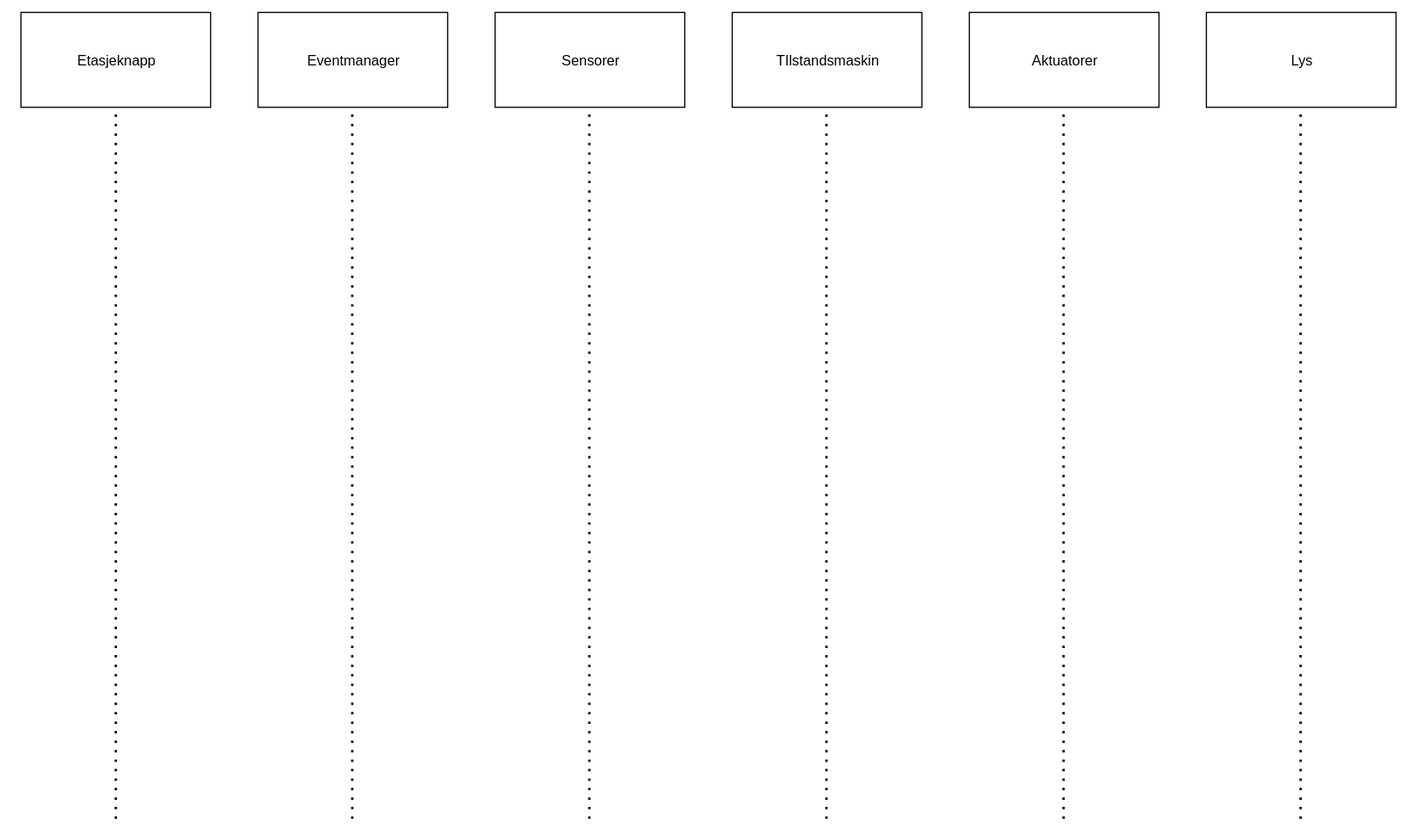
Smevold/TTK4235 keeps this draw.io diagram as Heislab/TTK4235_Heislab/Diagram/Sekvensdiagram.svg. Above is the earlier version. Source tidied: cells renumbered, new cells last; positions are measured from the earlier drawing's top-left corner, leaving out a move shared by most shapes. Source of this version:
```xml
<mxGraphModel>
  <root>
    <mxCell id="0" />
    <mxCell id="1" parent="0" />
    <mxCell id="2" value="TIlstandsmaskin" style="rounded=0;whiteSpace=wrap;html=1;" parent="1" vertex="1">
      <mxGeometry x="600" width="160" height="80" as="geometry" />
    </mxCell>
    <mxCell id="3" value="Eventmanager" style="rounded=0;whiteSpace=wrap;html=1;" parent="1" vertex="1">
      <mxGeometry x="200" width="160" height="80" as="geometry" />
    </mxCell>
    <mxCell id="4" value="Aktuatorer" style="rounded=0;whiteSpace=wrap;html=1;" parent="1" vertex="1">
      <mxGeometry x="800" width="160" height="80" as="geometry" />
    </mxCell>
    <mxCell id="5" value="Sensorer" style="rounded=0;whiteSpace=wrap;html=1;" parent="1" vertex="1">
      <mxGeometry x="400" width="160" height="80" as="geometry" />
    </mxCell>
    <mxCell id="6" value="Etasjeknapp" style="rounded=0;whiteSpace=wrap;html=1;" parent="1" vertex="1">
      <mxGeometry width="160" height="80" as="geometry" />
    </mxCell>
    <mxCell id="7" value="Lys" style="rounded=0;whiteSpace=wrap;html=1;" parent="1" vertex="1">
      <mxGeometry x="1000" width="160" height="80" as="geometry" />
    </mxCell>
    <mxCell id="8" style="endArrow=none;dashed=1;html=1;dashPattern=1 3;strokeWidth=2;entryX=0.5;entryY=1;entryDx=0;entryDy=0;" parent="1" edge="1" target="6">
      <mxGeometry relative="1" as="geometry">
        <mxPoint x="80" y="680" as="sourcePoint" />
      </mxGeometry>
    </mxCell>
    <mxCell id="9" style="endArrow=none;dashed=1;html=1;dashPattern=1 3;strokeWidth=2;entryX=0.5;entryY=1;entryDx=0;entryDy=0;" parent="1" edge="1">
      <mxGeometry relative="1" as="geometry">
        <mxPoint x="279.5" y="680" as="sourcePoint" />
        <mxPoint x="279.5" y="80" as="targetPoint" />
      </mxGeometry>
    </mxCell>
    <mxCell id="10" style="endArrow=none;dashed=1;html=1;dashPattern=1 3;strokeWidth=2;entryX=0.5;entryY=1;entryDx=0;entryDy=0;" parent="1" edge="1">
      <mxGeometry relative="1" as="geometry">
        <mxPoint x="479.5" y="680" as="sourcePoint" />
        <mxPoint x="479.5" y="80" as="targetPoint" />
      </mxGeometry>
    </mxCell>
    <mxCell id="11" style="endArrow=none;dashed=1;html=1;dashPattern=1 3;strokeWidth=2;entryX=0.5;entryY=1;entryDx=0;entryDy=0;" parent="1" edge="1">
      <mxGeometry relative="1" as="geometry">
        <mxPoint x="679.5" y="680" as="sourcePoint" />
        <mxPoint x="679.5" y="80" as="targetPoint" />
      </mxGeometry>
    </mxCell>
    <mxCell id="12" style="endArrow=none;dashed=1;html=1;dashPattern=1 3;strokeWidth=2;entryX=0.5;entryY=1;entryDx=0;entryDy=0;" parent="1" edge="1">
      <mxGeometry relative="1" as="geometry">
        <mxPoint x="879.5" y="680" as="sourcePoint" />
        <mxPoint x="879.5" y="80" as="targetPoint" />
      </mxGeometry>
    </mxCell>
    <mxCell id="13" style="endArrow=none;dashed=1;html=1;dashPattern=1 3;strokeWidth=2;entryX=0.5;entryY=1;entryDx=0;entryDy=0;" parent="1" edge="1">
      <mxGeometry relative="1" as="geometry">
        <mxPoint x="1079.5" y="680" as="sourcePoint" />
        <mxPoint x="1079.5" y="80" as="targetPoint" />
      </mxGeometry>
    </mxCell>
  </root>
</mxGraphModel>
```
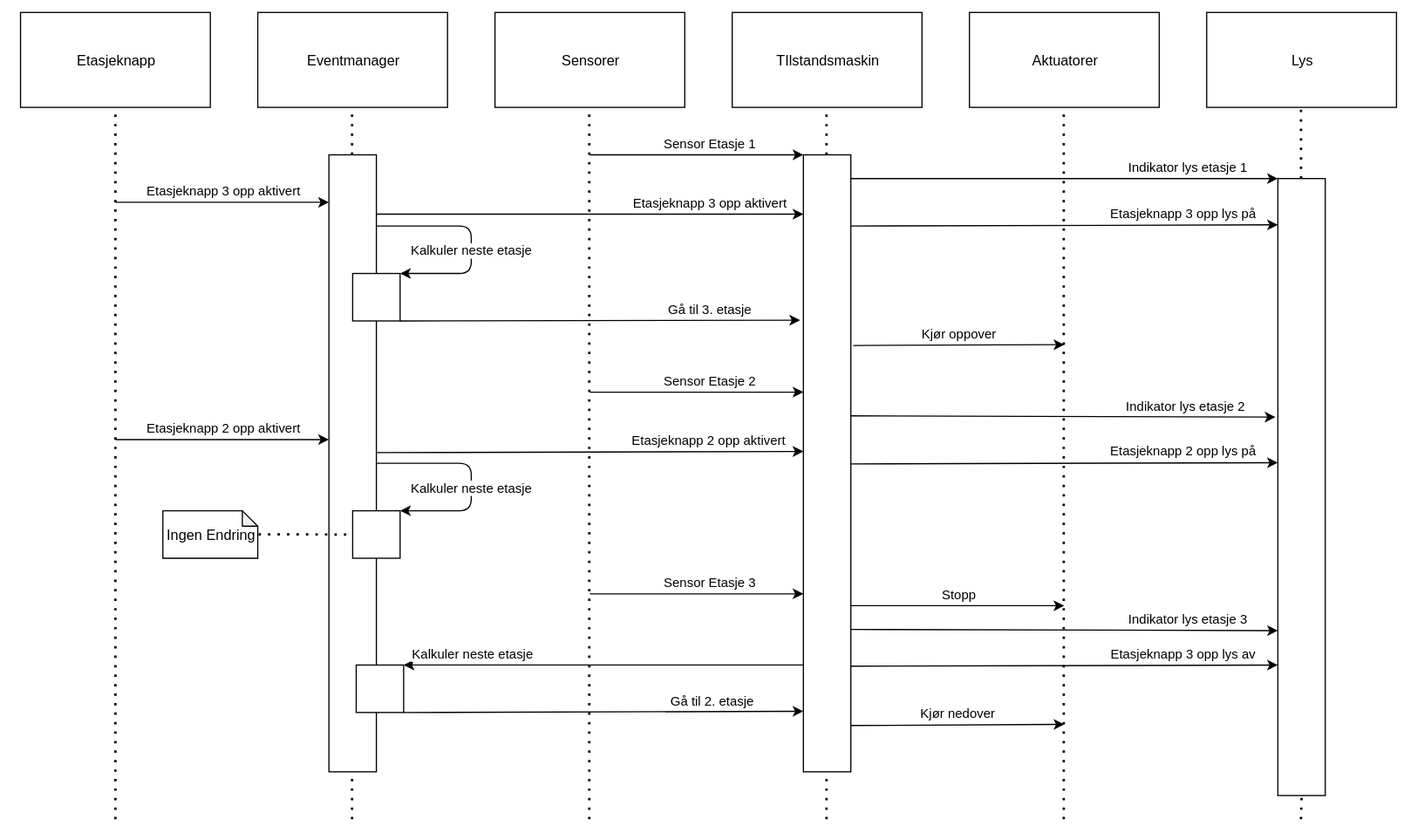
The same diagram one commit later.

Diff of the diagram source:
```diff
@@ -49,11 +49,223 @@
         <mxPoint x="879.5" y="80" as="targetPoint" />
       </mxGeometry>
     </mxCell>
-    <mxCell id="13" style="endArrow=none;dashed=1;html=1;dashPattern=1 3;strokeWidth=2;entryX=0.5;entryY=1;entryDx=0;entryDy=0;" parent="1" edge="1">
+    <mxCell id="13" style="endArrow=none;dashed=1;html=1;dashPattern=1 3;strokeWidth=2;entryX=0.5;entryY=1;entryDx=0;entryDy=0;" parent="1" edge="1" source="28">
       <mxGeometry relative="1" as="geometry">
-        <mxPoint x="1079.5" y="680" as="sourcePoint" />
         <mxPoint x="1079.5" y="80" as="targetPoint" />
       </mxGeometry>
     </mxCell>
+    <mxCell id="14" style="rounded=0;whiteSpace=wrap;html=1;" parent="1" vertex="1">
+      <mxGeometry x="260" y="120" width="40" height="520" as="geometry" />
+    </mxCell>
+    <mxCell id="15" value="Etasjeknapp 3 opp aktivert" style="endArrow=classic;html=1;entryX=0;entryY=0;entryDx=0;entryDy=0;" parent="1" edge="1">
+      <mxGeometry y="10" relative="1" as="geometry">
+        <mxPoint x="80" y="160" as="sourcePoint" />
+        <mxPoint x="260" y="160" as="targetPoint" />
+      </mxGeometry>
+    </mxCell>
+    <mxCell id="16" value="Sensor Etasje 1" style="endArrow=classic;html=1;entryX=0;entryY=0;entryDx=0;entryDy=0;" parent="1" edge="1">
+      <mxGeometry x="0.11" y="10" relative="1" as="geometry">
+        <mxPoint x="480" y="120" as="sourcePoint" />
+        <mxPoint x="660" y="120" as="targetPoint" />
+      </mxGeometry>
+    </mxCell>
+    <mxCell id="17" style="rounded=0;whiteSpace=wrap;html=1;" parent="1" vertex="1">
+      <mxGeometry x="660" y="120" width="40" height="520" as="geometry" />
+    </mxCell>
+    <mxCell id="18" style="rounded=0;whiteSpace=wrap;html=1;" parent="1" vertex="1">
+      <mxGeometry x="280" y="220" width="40" height="40" as="geometry" />
+    </mxCell>
+    <mxCell id="19" style="endArrow=classic;html=1;entryX=1;entryY=0;entryDx=0;entryDy=0;" parent="1" edge="1" target="18">
+      <mxGeometry relative="1" as="geometry">
+        <mxPoint x="300" y="180" as="sourcePoint" />
+        <Array as="points">
+          <mxPoint x="380" y="180" />
+          <mxPoint x="380" y="220" />
+        </Array>
+      </mxGeometry>
+    </mxCell>
+    <mxCell id="20" value="Kalkuler neste etasje" style="edgeLabel;html=1;align=center;verticalAlign=middle;" parent="19" vertex="1">
+      <mxGeometry x="0.19" y="-1" relative="1" as="geometry">
+        <mxPoint y="-7" as="offset" />
+      </mxGeometry>
+    </mxCell>
+    <mxCell id="21" style="endArrow=classic;html=1;exitX=1;exitY=1;exitDx=0;exitDy=0;entryX=-0.07;entryY=0.268;entryDx=0;entryDy=0;entryPerimeter=0;" parent="1" edge="1" source="18" target="17">
+      <mxGeometry relative="1" as="geometry" />
+    </mxCell>
+    <mxCell id="22" value="Gå til 3. etasje" style="edgeLabel;html=1;align=center;verticalAlign=middle;" parent="21" vertex="1">
+      <mxGeometry x="-0.49" y="4" relative="1" as="geometry">
+        <mxPoint x="174" y="-6" as="offset" />
+      </mxGeometry>
+    </mxCell>
+    <mxCell id="23" style="endArrow=classic;html=1;exitX=1.05;exitY=0.309;exitDx=0;exitDy=0;exitPerimeter=0;" parent="1" edge="1" source="17">
+      <mxGeometry relative="1" as="geometry">
+        <mxPoint x="880" y="280" as="targetPoint" />
+      </mxGeometry>
+    </mxCell>
+    <mxCell id="24" value="Kjør oppover" style="edgeLabel;html=1;align=center;verticalAlign=middle;" parent="23" vertex="1">
+      <mxGeometry y="1" relative="1" as="geometry">
+        <mxPoint y="-9" as="offset" />
+      </mxGeometry>
+    </mxCell>
+    <mxCell id="25" style="endArrow=classic;html=1;" parent="1" edge="1">
+      <mxGeometry relative="1" as="geometry">
+        <mxPoint x="700" y="140" as="sourcePoint" />
+        <mxPoint x="1060" y="140" as="targetPoint" />
+      </mxGeometry>
+    </mxCell>
+    <mxCell id="26" value="Indikator lys etasje 1" style="edgeLabel;html=1;align=center;verticalAlign=middle;" parent="25" vertex="1">
+      <mxGeometry x="0.66" y="2" relative="1" as="geometry">
+        <mxPoint x="-16" y="-8" as="offset" />
+      </mxGeometry>
+    </mxCell>
+    <mxCell id="27" style="endArrow=none;dashed=1;html=1;dashPattern=1 3;strokeWidth=2;entryX=0.5;entryY=1;entryDx=0;entryDy=0;" parent="1" edge="1" target="28">
+      <mxGeometry relative="1" as="geometry">
+        <mxPoint x="1079.5" y="680" as="sourcePoint" />
+      </mxGeometry>
+    </mxCell>
+    <mxCell id="28" style="rounded=0;whiteSpace=wrap;html=1;" parent="1" vertex="1">
+      <mxGeometry x="1060" y="140" width="40" height="520" as="geometry" />
+    </mxCell>
+    <mxCell id="29" value="Etasjeknapp 3 opp aktivert" style="endArrow=classic;html=1;" parent="1" edge="1">
+      <mxGeometry x="0.56" y="10" relative="1" as="geometry">
+        <mxPoint x="300" y="170" as="sourcePoint" />
+        <mxPoint x="660" y="170" as="targetPoint" />
+      </mxGeometry>
+    </mxCell>
+    <mxCell id="30" value="Etasjeknapp 3 opp lys på" style="endArrow=classic;html=1;entryX=0.002;entryY=0.095;entryDx=0;entryDy=0;entryPerimeter=0;" parent="1" edge="1">
+      <mxGeometry x="0.56" y="10" relative="1" as="geometry">
+        <mxPoint x="700" y="180" as="sourcePoint" />
+        <mxPoint x="1060" y="179" as="targetPoint" />
+      </mxGeometry>
+    </mxCell>
+    <mxCell id="31" value="Sensor Etasje 2" style="endArrow=classic;html=1;entryX=0;entryY=0;entryDx=0;entryDy=0;" parent="1" edge="1">
+      <mxGeometry x="0.11" y="10" relative="1" as="geometry">
+        <mxPoint x="480" y="320" as="sourcePoint" />
+        <mxPoint x="660" y="320" as="targetPoint" />
+      </mxGeometry>
+    </mxCell>
+    <mxCell id="32" value="Etasjeknapp 2 opp aktivert" style="endArrow=classic;html=1;entryX=0;entryY=0;entryDx=0;entryDy=0;" parent="1" edge="1">
+      <mxGeometry y="10" relative="1" as="geometry">
+        <mxPoint x="80" y="360" as="sourcePoint" />
+        <mxPoint x="260" y="360" as="targetPoint" />
+      </mxGeometry>
+    </mxCell>
+    <mxCell id="33" style="rounded=0;whiteSpace=wrap;html=1;" parent="1" vertex="1">
+      <mxGeometry x="280" y="420" width="40" height="40" as="geometry" />
+    </mxCell>
+    <mxCell id="34" style="endArrow=classic;html=1;entryX=1;entryY=0;entryDx=0;entryDy=0;" parent="1" edge="1" target="33">
+      <mxGeometry relative="1" as="geometry">
+        <mxPoint x="300" y="380" as="sourcePoint" />
+        <Array as="points">
+          <mxPoint x="380" y="380" />
+          <mxPoint x="380" y="420" />
+        </Array>
+      </mxGeometry>
+    </mxCell>
+    <mxCell id="35" value="Kalkuler neste etasje" style="edgeLabel;html=1;align=center;verticalAlign=middle;" parent="34" vertex="1">
+      <mxGeometry x="0.19" y="-1" relative="1" as="geometry">
+        <mxPoint y="-7" as="offset" />
+      </mxGeometry>
+    </mxCell>
+    <mxCell id="36" style="endArrow=classic;html=1;exitX=1.05;exitY=0.036;exitDx=0;exitDy=0;exitPerimeter=0;entryX=0;entryY=0;entryDx=0;entryDy=0;" parent="1" edge="1">
+      <mxGeometry relative="1" as="geometry">
+        <mxPoint x="700" y="340" as="sourcePoint" />
+        <mxPoint x="1058" y="341" as="targetPoint" />
+      </mxGeometry>
+    </mxCell>
+    <mxCell id="37" value="Indikator lys etasje 2" style="edgeLabel;html=1;align=center;verticalAlign=middle;" parent="36" vertex="1">
+      <mxGeometry x="0.66" y="2" relative="1" as="geometry">
+        <mxPoint x="-16" y="-8" as="offset" />
+      </mxGeometry>
+    </mxCell>
+    <mxCell id="38" value="Etasjeknapp 2 opp aktivert" style="endArrow=classic;html=1;entryX=0.002;entryY=0.095;entryDx=0;entryDy=0;entryPerimeter=0;" parent="1" edge="1">
+      <mxGeometry x="0.56" y="10" relative="1" as="geometry">
+        <mxPoint x="300" y="371" as="sourcePoint" />
+        <mxPoint x="660" y="370" as="targetPoint" />
+      </mxGeometry>
+    </mxCell>
+    <mxCell id="39" value="Etasjeknapp 2 opp lys på" style="endArrow=classic;html=1;entryX=0.002;entryY=0.095;entryDx=0;entryDy=0;entryPerimeter=0;" parent="1" edge="1">
+      <mxGeometry x="0.56" y="10" relative="1" as="geometry">
+        <mxPoint x="700" y="380.5" as="sourcePoint" />
+        <mxPoint x="1060" y="379.5" as="targetPoint" />
+      </mxGeometry>
+    </mxCell>
+    <mxCell id="40" value="Sensor Etasje 3" style="endArrow=classic;html=1;entryX=0;entryY=0;entryDx=0;entryDy=0;" parent="1" edge="1">
+      <mxGeometry x="0.11" y="10" relative="1" as="geometry">
+        <mxPoint x="480" y="490" as="sourcePoint" />
+        <mxPoint x="660" y="490" as="targetPoint" />
+      </mxGeometry>
+    </mxCell>
+    <mxCell id="41" style="endArrow=classic;html=1;" parent="1" edge="1">
+      <mxGeometry relative="1" as="geometry">
+        <mxPoint x="700" y="500" as="sourcePoint" />
+        <mxPoint x="880" y="500" as="targetPoint" />
+      </mxGeometry>
+    </mxCell>
+    <mxCell id="42" value="Stopp" style="edgeLabel;html=1;align=center;verticalAlign=middle;" parent="41" vertex="1">
+      <mxGeometry y="1" relative="1" as="geometry">
+        <mxPoint y="-9" as="offset" />
+      </mxGeometry>
+    </mxCell>
+    <mxCell id="43" style="rounded=0;whiteSpace=wrap;html=1;" parent="1" vertex="1">
+      <mxGeometry x="283" y="550" width="40" height="40" as="geometry" />
+    </mxCell>
+    <mxCell id="44" style="endArrow=classic;html=1;entryX=1;entryY=0;entryDx=0;entryDy=0;" parent="1" edge="1" target="43">
+      <mxGeometry relative="1" as="geometry">
+        <mxPoint x="660" y="550" as="sourcePoint" />
+        <Array as="points">
+          <mxPoint x="403" y="550" />
+        </Array>
+      </mxGeometry>
+    </mxCell>
+    <mxCell id="45" value="Kalkuler neste etasje" style="edgeLabel;html=1;align=center;verticalAlign=middle;" parent="44" vertex="1">
+      <mxGeometry x="0.19" y="-1" relative="1" as="geometry">
+        <mxPoint x="-79" y="-9" as="offset" />
+      </mxGeometry>
+    </mxCell>
+    <mxCell id="46" style="endArrow=classic;html=1;exitX=1;exitY=1;exitDx=0;exitDy=0;entryX=-0.07;entryY=0.268;entryDx=0;entryDy=0;entryPerimeter=0;" parent="1" edge="1" source="43">
+      <mxGeometry relative="1" as="geometry">
+        <mxPoint x="660" y="589" as="targetPoint" />
+      </mxGeometry>
+    </mxCell>
+    <mxCell id="47" value="Gå til 2. etasje" style="edgeLabel;html=1;align=center;verticalAlign=middle;" parent="46" vertex="1">
+      <mxGeometry x="-0.49" y="4" relative="1" as="geometry">
+        <mxPoint x="174" y="-6" as="offset" />
+      </mxGeometry>
+    </mxCell>
+    <mxCell id="48" style="endArrow=classic;html=1;exitX=1.05;exitY=0.309;exitDx=0;exitDy=0;exitPerimeter=0;" parent="1" edge="1">
+      <mxGeometry relative="1" as="geometry">
+        <mxPoint x="700" y="601" as="sourcePoint" />
+        <mxPoint x="880" y="600" as="targetPoint" />
+      </mxGeometry>
+    </mxCell>
+    <mxCell id="49" value="Kjør nedover" style="edgeLabel;html=1;align=center;verticalAlign=middle;" parent="48" vertex="1">
+      <mxGeometry y="1" relative="1" as="geometry">
+        <mxPoint y="-9" as="offset" />
+      </mxGeometry>
+    </mxCell>
+    <mxCell id="50" style="endArrow=classic;html=1;entryX=0;entryY=0;entryDx=0;entryDy=0;" parent="1" edge="1">
+      <mxGeometry relative="1" as="geometry">
+        <mxPoint x="700" y="520" as="sourcePoint" />
+        <mxPoint x="1060" y="521" as="targetPoint" />
+      </mxGeometry>
+    </mxCell>
+    <mxCell id="51" value="Indikator lys etasje 3" style="edgeLabel;html=1;align=center;verticalAlign=middle;" parent="50" vertex="1">
+      <mxGeometry x="0.66" y="2" relative="1" as="geometry">
+        <mxPoint x="-16" y="-8" as="offset" />
+      </mxGeometry>
+    </mxCell>
+    <mxCell id="52" value="Etasjeknapp 3 opp lys av" style="endArrow=classic;html=1;entryX=0.002;entryY=0.095;entryDx=0;entryDy=0;entryPerimeter=0;" parent="1" edge="1">
+      <mxGeometry x="0.56" y="10" relative="1" as="geometry">
+        <mxPoint x="700" y="551" as="sourcePoint" />
+        <mxPoint x="1060" y="550" as="targetPoint" />
+      </mxGeometry>
+    </mxCell>
+    <mxCell id="53" value="Ingen Endring" style="shape=note;whiteSpace=wrap;html=1;backgroundOutline=1;darkOpacity=0.05;size=13;" parent="1" vertex="1">
+      <mxGeometry x="120" y="420" width="80" height="40" as="geometry" />
+    </mxCell>
+    <mxCell id="54" style="endArrow=none;dashed=1;html=1;dashPattern=1 3;strokeWidth=2;exitX=1.008;exitY=0.497;exitDx=0;exitDy=0;exitPerimeter=0;entryX=0;entryY=0.5;entryDx=0;entryDy=0;" parent="1" edge="1" source="53" target="33">
+      <mxGeometry relative="1" as="geometry" />
+    </mxCell>
   </root>
 </mxGraphModel>
```
